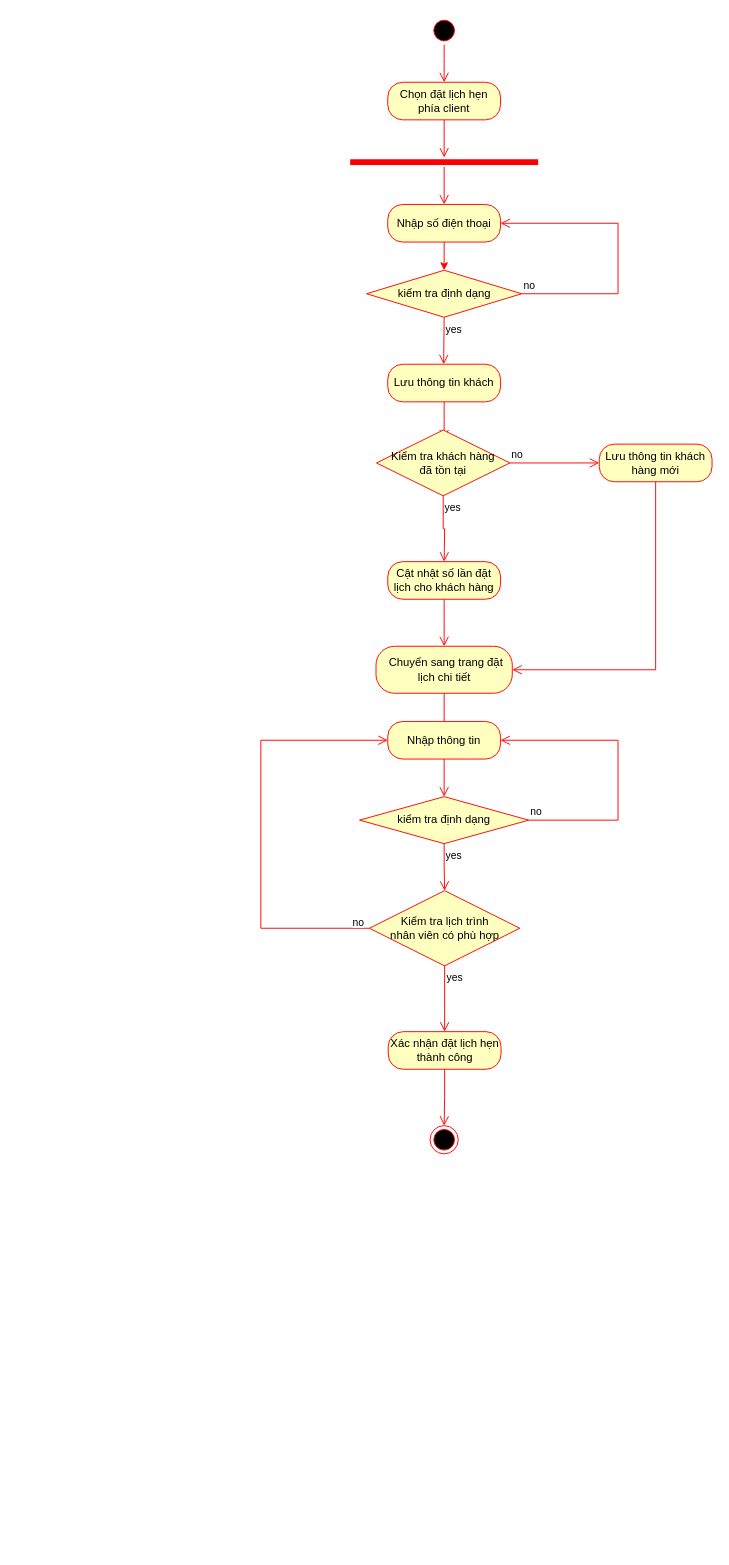
This is page "đặt lịch client" (2 of 8) of Diagram.drawio from Jarvis219/DATN_SERVER, a draw.io file, before an edit. Source tidied: cells renumbered, new cells numbered last; positions are measured from the earlier drawing's top-left corner, leaving out a move shared by most shapes. Both pictures are drawn from the tidied source at 94%, with x=0, y=0 at pixel (260, 16).
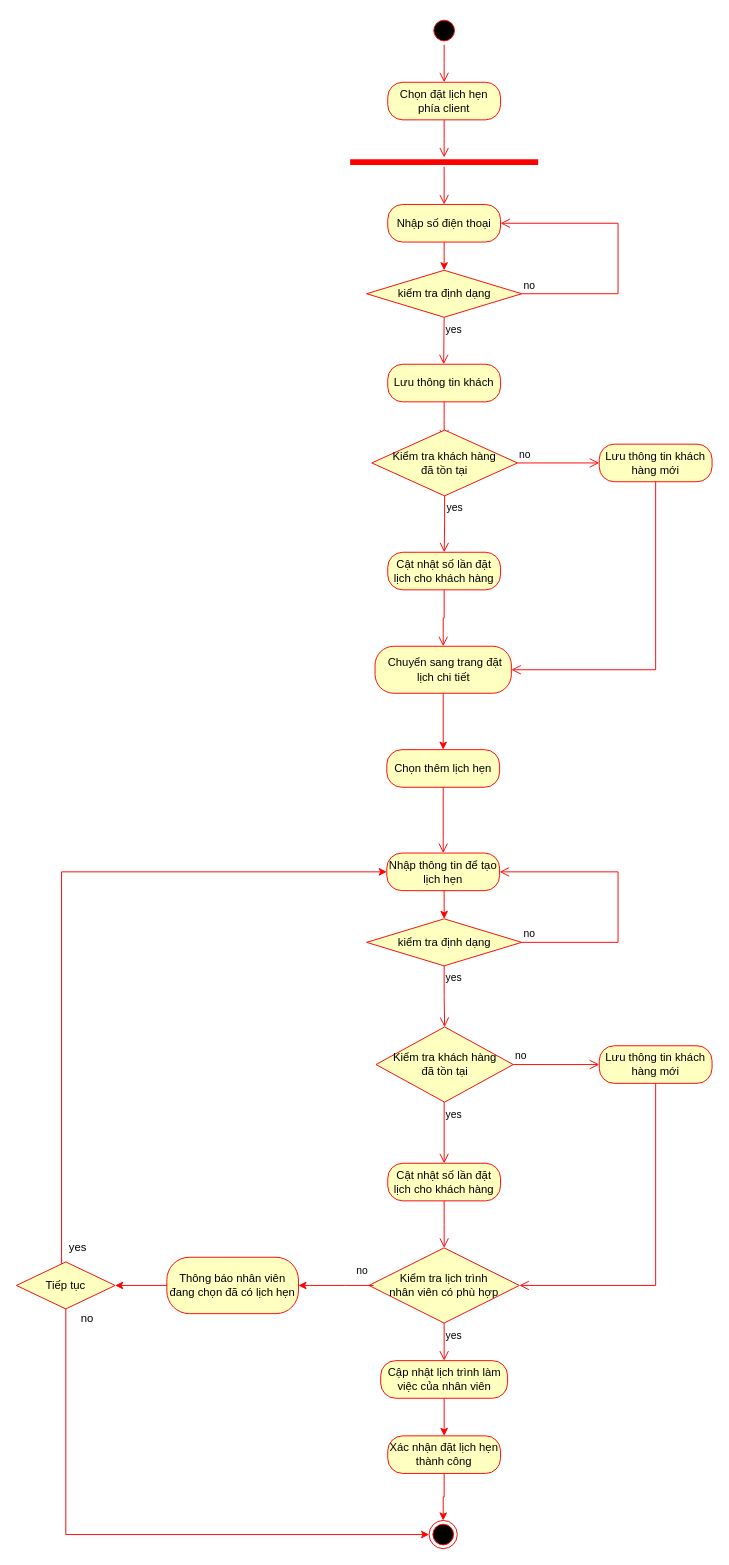
The same diagram, later.

Diff of the diagram source:
```diff
@@
+    <mxCell id="36" style="edgeStyle=orthogonalEdgeStyle;rounded=0;jettySize=auto;html=1;exitX=0.5;exitY=1;exitDx=0;exitDy=0;entryX=0.5;entryY=0;entryDx=0;entryDy=0;strokeColor=#FF0000;" parent="1" edge="1" source="13" target="50">
+      <mxGeometry relative="1" as="geometry" />
+    </mxCell>
     <mxCell id="13" value="&amp;nbsp;Chuyển sang trang đặt lịch chi tiết" style="rounded=1;whiteSpace=wrap;html=1;arcSize=40;fontColor=#000000;fillColor=#ffffc0;strokeColor=#ff0000;" parent="1" vertex="1">
-      <mxGeometry x="122.5" y="670" width="145" height="50" as="geometry" />
+      <mxGeometry x="121.5" y="670" width="145" height="50" as="geometry" />
     </mxCell>
-    <mxCell id="14" style="edgeStyle=orthogonalEdgeStyle;html=1;verticalAlign=bottom;endArrow=open;endSize=8;strokeColor=#ff0000;rounded=0;" parent="1" edge="1" source="13">
-      <mxGeometry relative="1" as="geometry">
-        <mxPoint x="195" y="780" as="targetPoint" />
-      </mxGeometry>
-    </mxCell>
-    <mxCell id="15" value="Nhập thông tin" style="rounded=1;whiteSpace=wrap;html=1;arcSize=40;fontColor=#000000;fillColor=#ffffc0;strokeColor=#ff0000;" parent="1" vertex="1">
-      <mxGeometry x="135" y="750" width="120" height="40" as="geometry" />
-    </mxCell>
-    <mxCell id="16" style="edgeStyle=orthogonalEdgeStyle;html=1;verticalAlign=bottom;endArrow=open;endSize=8;strokeColor=#ff0000;rounded=0;entryX=0.5;entryY=0;entryDx=0;entryDy=0;" parent="1" edge="1" source="15" target="17">
-      <mxGeometry relative="1" as="geometry" />
-    </mxCell>
-    <mxCell id="17" value="kiểm tra định dạng" style="rhombus;whiteSpace=wrap;html=1;fillColor=#ffffc0;strokeColor=#ff0000;" parent="1" vertex="1">
-      <mxGeometry x="105" y="830" width="180" height="50" as="geometry" />
-    </mxCell>
-    <mxCell id="18" value="no" style="edgeStyle=orthogonalEdgeStyle;html=1;align=left;verticalAlign=bottom;endArrow=open;endSize=8;strokeColor=#ff0000;rounded=0;entryX=1;entryY=0.5;entryDx=0;entryDy=0;" parent="1" edge="1" source="17" target="15">
-      <mxGeometry x="-1" relative="1" as="geometry">
-        <Array as="points">
-          <mxPoint x="380" y="855" />
-          <mxPoint x="380" y="770" />
-        </Array>
-      </mxGeometry>
-    </mxCell>
-    <mxCell id="19" value="yes" style="edgeStyle=orthogonalEdgeStyle;html=1;align=left;verticalAlign=top;endArrow=open;endSize=8;strokeColor=#ff0000;rounded=0;entryX=0.5;entryY=0;entryDx=0;entryDy=0;" parent="1" edge="1" source="17" target="32">
-      <mxGeometry x="-1" relative="1" as="geometry" />
-    </mxCell>
-    <mxCell id="20" value="Xác nhận đặt lịch hẹn thành công" style="rounded=1;whiteSpace=wrap;html=1;arcSize=40;fontColor=#000000;fillColor=#ffffc0;strokeColor=#ff0000;" parent="1" vertex="1">
-      <mxGeometry x="135.5" y="1080" width="120" height="40" as="geometry" />
-    </mxCell>
-    <mxCell id="21" style="edgeStyle=orthogonalEdgeStyle;html=1;verticalAlign=bottom;endArrow=open;endSize=8;strokeColor=#ff0000;rounded=0;entryX=0.5;entryY=0;entryDx=0;entryDy=0;exitX=0.5;exitY=1;exitDx=0;exitDy=0;" parent="1" edge="1" source="20" target="22">
-      <mxGeometry relative="1" as="geometry" />
-    </mxCell>
     <mxCell id="22" style="ellipse;html=1;shape=endState;fillColor=#000000;strokeColor=#ff0000;" parent="1" vertex="1">
-      <mxGeometry x="180" y="1180" width="30" height="30" as="geometry" />
+      <mxGeometry x="179" y="1600" width="30" height="30" as="geometry" />
     </mxCell>
@@
     <mxCell id="25" value="Kiểm tra khách hàng&lt;br&gt;đã tồn tại" style="rhombus;whiteSpace=wrap;html=1;fillColor=#ffffc0;strokeColor=#ff0000;" parent="1" vertex="1">
-      <mxGeometry x="123" y="440" width="142" height="70" as="geometry" />
+      <mxGeometry x="118" y="440" width="155" height="70" as="geometry" />
     </mxCell>
@@
-    <mxCell id="27" value="yes" style="edgeStyle=orthogonalEdgeStyle;html=1;align=left;verticalAlign=top;endArrow=open;endSize=8;strokeColor=#ff0000;rounded=0;" parent="1" edge="1" source="25">
-      <mxGeometry x="-1" relative="1" as="geometry">
-        <mxPoint x="195" y="580" as="targetPoint" />
-      </mxGeometry>
+    <mxCell id="27" value="yes" style="edgeStyle=orthogonalEdgeStyle;html=1;align=left;verticalAlign=top;endArrow=open;endSize=8;strokeColor=#ff0000;rounded=0;entryX=0.5;entryY=0;entryDx=0;entryDy=0;" parent="1" edge="1" source="25" target="30">
+      <mxGeometry x="-1" relative="1" as="geometry" />
     </mxCell>
@@
     <mxCell id="30" value="Cật nhật số lần đặt lịch cho khách hàng" style="rounded=1;whiteSpace=wrap;html=1;arcSize=40;fontColor=#000000;fillColor=#ffffc0;strokeColor=#ff0000;" parent="1" vertex="1">
-      <mxGeometry x="135" y="580" width="120" height="40" as="geometry" />
+      <mxGeometry x="135" y="570" width="120" height="40" as="geometry" />
     </mxCell>
-    <mxCell id="31" style="edgeStyle=orthogonalEdgeStyle;html=1;verticalAlign=bottom;endArrow=open;endSize=8;strokeColor=#ff0000;rounded=0;" parent="1" edge="1" source="30">
-      <mxGeometry relative="1" as="geometry">
-        <mxPoint x="195" y="670" as="targetPoint" />
-      </mxGeometry>
+    <mxCell id="31" style="edgeStyle=orthogonalEdgeStyle;html=1;verticalAlign=bottom;endArrow=open;endSize=8;strokeColor=#ff0000;rounded=0;entryX=0.5;entryY=0;entryDx=0;entryDy=0;" parent="1" edge="1" source="30" target="13">
+      <mxGeometry relative="1" as="geometry" />
     </mxCell>
+    <mxCell id="37" style="edgeStyle=orthogonalEdgeStyle;rounded=0;jettySize=auto;html=1;exitX=0.5;exitY=1;exitDx=0;exitDy=0;entryX=0.5;entryY=0;entryDx=0;entryDy=0;strokeColor=#FF0000;" parent="1" edge="1" source="38" target="17">
+      <mxGeometry relative="1" as="geometry" />
+    </mxCell>
+    <mxCell id="38" value="Nhập thông tin để tạo lịch hẹn" style="rounded=1;whiteSpace=wrap;html=1;arcSize=40;fontColor=#000000;fillColor=#ffffc0;strokeColor=#ff0000;" parent="1" vertex="1">
+      <mxGeometry x="134" y="890" width="120" height="40" as="geometry" />
+    </mxCell>
+    <mxCell id="17" value="kiểm tra định dạng" style="rhombus;whiteSpace=wrap;html=1;fillColor=#ffffc0;strokeColor=#ff0000;" parent="1" vertex="1">
+      <mxGeometry x="112.5" y="960" width="165" height="50" as="geometry" />
+    </mxCell>
+    <mxCell id="39" value="no" style="edgeStyle=orthogonalEdgeStyle;html=1;align=left;verticalAlign=bottom;endArrow=open;endSize=8;strokeColor=#ff0000;rounded=0;exitX=1;exitY=0.5;exitDx=0;exitDy=0;entryX=1;entryY=0.5;entryDx=0;entryDy=0;" parent="1" edge="1" source="17" target="38">
+      <mxGeometry x="-1" relative="1" as="geometry">
+        <Array as="points">
+          <mxPoint x="380" y="985" />
+          <mxPoint x="380" y="910" />
+        </Array>
+      </mxGeometry>
+    </mxCell>
+    <mxCell id="40" value="yes" style="edgeStyle=orthogonalEdgeStyle;html=1;align=left;verticalAlign=top;endArrow=open;endSize=8;strokeColor=#ff0000;rounded=0;exitX=0.5;exitY=1;exitDx=0;exitDy=0;entryX=0.5;entryY=0;entryDx=0;entryDy=0;" parent="1" edge="1" source="17" target="41">
+      <mxGeometry x="-1" relative="1" as="geometry" />
+    </mxCell>
+    <mxCell id="21" style="edgeStyle=orthogonalEdgeStyle;rounded=0;jettySize=auto;html=1;exitX=0.5;exitY=1;exitDx=0;exitDy=0;entryX=0.5;entryY=0;entryDx=0;entryDy=0;strokeColor=#FF0000;" parent="1" edge="1" source="20" target="22">
+      <mxGeometry relative="1" as="geometry" />
+    </mxCell>
+    <mxCell id="20" value="Xác nhận đặt lịch hẹn thành công" style="rounded=1;whiteSpace=wrap;html=1;arcSize=40;fontColor=#000000;fillColor=#ffffc0;strokeColor=#ff0000;" parent="1" vertex="1">
+      <mxGeometry x="135" y="1510" width="120" height="40" as="geometry" />
+    </mxCell>
+    <mxCell id="41" value="Kiểm tra khách hàng&lt;br&gt;đã tồn tại" style="rhombus;whiteSpace=wrap;html=1;fillColor=#ffffc0;strokeColor=#ff0000;" parent="1" vertex="1">
+      <mxGeometry x="122.5" y="1075" width="146" height="80" as="geometry" />
+    </mxCell>
+    <mxCell id="42" value="no" style="edgeStyle=orthogonalEdgeStyle;html=1;align=left;verticalAlign=bottom;endArrow=open;endSize=8;strokeColor=#ff0000;rounded=0;entryX=0;entryY=0.5;entryDx=0;entryDy=0;" parent="1" edge="1" source="41" target="44">
+      <mxGeometry x="-1" relative="1" as="geometry" />
+    </mxCell>
+    <mxCell id="43" value="yes" style="edgeStyle=orthogonalEdgeStyle;html=1;align=left;verticalAlign=top;endArrow=open;endSize=8;strokeColor=#ff0000;rounded=0;" parent="1" edge="1" source="41">
+      <mxGeometry x="-1" relative="1" as="geometry">
+        <mxPoint x="195" y="1220" as="targetPoint" />
+      </mxGeometry>
+    </mxCell>
+    <mxCell id="44" value="Lưu thông tin khách hàng mới" style="rounded=1;whiteSpace=wrap;html=1;arcSize=40;fontColor=#000000;fillColor=#ffffc0;strokeColor=#ff0000;" parent="1" vertex="1">
+      <mxGeometry x="360" y="1095" width="120" height="40" as="geometry" />
+    </mxCell>
+    <mxCell id="45" style="edgeStyle=orthogonalEdgeStyle;html=1;verticalAlign=bottom;endArrow=open;endSize=8;strokeColor=#ff0000;rounded=0;entryX=1;entryY=0.5;entryDx=0;entryDy=0;" parent="1" edge="1" source="44" target="32">
+      <mxGeometry relative="1" as="geometry">
+        <Array as="points">
+          <mxPoint x="420" y="1350" />
+        </Array>
+      </mxGeometry>
+    </mxCell>
+    <mxCell id="46" value="Cật nhật số lần đặt lịch cho khách hàng" style="rounded=1;whiteSpace=wrap;html=1;arcSize=40;fontColor=#000000;fillColor=#ffffc0;strokeColor=#ff0000;" parent="1" vertex="1">
+      <mxGeometry x="135" y="1220" width="120" height="40" as="geometry" />
+    </mxCell>
+    <mxCell id="47" style="edgeStyle=orthogonalEdgeStyle;html=1;verticalAlign=bottom;endArrow=open;endSize=8;strokeColor=#ff0000;rounded=0;" parent="1" edge="1" source="46">
+      <mxGeometry relative="1" as="geometry">
+        <mxPoint x="195" y="1310" as="targetPoint" />
+      </mxGeometry>
+    </mxCell>
     <mxCell id="32" value="Kiểm tra lịch trình &lt;br&gt;nhân viên có phù hợp" style="rhombus;whiteSpace=wrap;html=1;fillColor=#ffffc0;strokeColor=#ff0000;" parent="1" vertex="1">
-      <mxGeometry x="115.5" y="930" width="160" height="80" as="geometry" />
+      <mxGeometry x="115" y="1310" width="160" height="80" as="geometry" />
     </mxCell>
-    <mxCell id="33" style="edgeStyle=orthogonalEdgeStyle;html=1;align=left;verticalAlign=bottom;endArrow=open;endSize=8;strokeColor=#ff0000;rounded=0;exitX=0;exitY=0.5;exitDx=0;exitDy=0;entryX=0;entryY=0.5;entryDx=0;entryDy=0;" parent="1" edge="1" source="32" target="15">
-      <mxGeometry x="-1" y="-166" relative="1" as="geometry">
-        <Array as="points">
-          <mxPoint y="970" />
-          <mxPoint y="770" />
-        </Array>
-        <mxPoint x="-166" y="-166" as="offset" />
-      </mxGeometry>
-    </mxCell>
-    <mxCell id="34" value="yes" style="edgeStyle=orthogonalEdgeStyle;html=1;align=left;verticalAlign=top;endArrow=open;endSize=8;strokeColor=#ff0000;rounded=0;entryX=0.5;entryY=0;entryDx=0;entryDy=0;" parent="1" edge="1" source="32" target="20">
-      <mxGeometry x="-1" relative="1" as="geometry" />
-    </mxCell>
+    <mxCell id="48" value="yes" style="edgeStyle=orthogonalEdgeStyle;html=1;align=left;verticalAlign=top;endArrow=open;endSize=8;strokeColor=#ff0000;rounded=0;entryX=0.5;entryY=0;entryDx=0;entryDy=0;" parent="1" edge="1" source="32" target="58">
+      <mxGeometry x="-1" relative="1" as="geometry" />
+    </mxCell>
+    <mxCell id="49" style="edgeStyle=orthogonalEdgeStyle;rounded=0;jettySize=auto;html=1;exitX=0.5;exitY=1;exitDx=0;exitDy=0;entryX=1;entryY=0.5;entryDx=0;entryDy=0;strokeColor=#FF0000;" parent="1" edge="1" source="35" target="53">
+      <mxGeometry relative="1" as="geometry">
+        <Array as="points">
+          <mxPoint x="90" y="1350" />
+          <mxPoint x="90" y="1350" />
+        </Array>
+      </mxGeometry>
+    </mxCell>
     <mxCell id="35" value="&lt;span style=&quot;color: rgb(0, 0, 0); font-family: helvetica; font-size: 11px; font-style: normal; font-weight: 400; letter-spacing: normal; text-align: left; text-indent: 0px; text-transform: none; word-spacing: 0px; background-color: rgb(255, 255, 255); display: inline; float: none;&quot;&gt;no&lt;/span&gt;" style="text;whiteSpace=wrap;html=1;" parent="1" vertex="1">
-      <mxGeometry x="95.5" y="950" width="40" height="30" as="geometry" />
+      <mxGeometry x="100" y="1320" width="40" height="30" as="geometry" />
     </mxCell>
+    <mxCell id="50" value="Chọn thêm lịch hẹn" style="rounded=1;whiteSpace=wrap;html=1;arcSize=40;fontColor=#000000;fillColor=#ffffc0;strokeColor=#ff0000;" parent="1" vertex="1">
+      <mxGeometry x="134" y="780" width="120" height="40" as="geometry" />
+    </mxCell>
+    <mxCell id="51" style="edgeStyle=orthogonalEdgeStyle;html=1;verticalAlign=bottom;endArrow=open;endSize=8;strokeColor=#ff0000;rounded=0;entryX=0.5;entryY=0;entryDx=0;entryDy=0;" parent="1" edge="1" source="50" target="38">
+      <mxGeometry relative="1" as="geometry" />
+    </mxCell>
+    <mxCell id="52" style="edgeStyle=orthogonalEdgeStyle;rounded=0;jettySize=auto;html=1;exitX=0;exitY=0.5;exitDx=0;exitDy=0;strokeColor=#FF0000;entryX=1;entryY=0.5;entryDx=0;entryDy=0;" parent="1" edge="1" source="53" target="56">
+      <mxGeometry relative="1" as="geometry" />
+    </mxCell>
+    <mxCell id="53" value="Thông báo nhân viên đang chọn đã có lịch hẹn" style="rounded=1;whiteSpace=wrap;html=1;arcSize=40;fontColor=#000000;fillColor=#ffffc0;strokeColor=#ff0000;" parent="1" vertex="1">
+      <mxGeometry x="-100" y="1320" width="140" height="60" as="geometry" />
+    </mxCell>
+    <mxCell id="54" style="edgeStyle=orthogonalEdgeStyle;rounded=0;jettySize=auto;html=1;entryX=0;entryY=0.5;entryDx=0;entryDy=0;strokeColor=#FF0000;" parent="1" edge="1" source="56" target="38">
+      <mxGeometry relative="1" as="geometry">
+        <Array as="points">
+          <mxPoint x="-212" y="910" />
+        </Array>
+      </mxGeometry>
+    </mxCell>
+    <mxCell id="55" style="edgeStyle=orthogonalEdgeStyle;rounded=0;jettySize=auto;html=1;exitX=0.5;exitY=1;exitDx=0;exitDy=0;entryX=0;entryY=0.5;entryDx=0;entryDy=0;strokeColor=#FF0000;" parent="1" edge="1" source="56" target="22">
+      <mxGeometry relative="1" as="geometry" />
+    </mxCell>
+    <mxCell id="56" value="Tiếp tục" style="rhombus;whiteSpace=wrap;html=1;fillColor=#ffffc0;strokeColor=#ff0000;" parent="1" vertex="1">
+      <mxGeometry x="-260" y="1325" width="105" height="50" as="geometry" />
+    </mxCell>
+    <mxCell id="57" style="edgeStyle=orthogonalEdgeStyle;rounded=0;jettySize=auto;html=1;exitX=0.5;exitY=1;exitDx=0;exitDy=0;entryX=0.5;entryY=0;entryDx=0;entryDy=0;strokeColor=#FF0000;" parent="1" edge="1" source="58" target="20">
+      <mxGeometry relative="1" as="geometry" />
+    </mxCell>
+    <mxCell id="58" value="Cập nhật lịch trình làm việc của nhân viên" style="rounded=1;whiteSpace=wrap;html=1;arcSize=40;fontColor=#000000;fillColor=#ffffc0;strokeColor=#ff0000;" parent="1" vertex="1">
+      <mxGeometry x="127.5" y="1430" width="135" height="40" as="geometry" />
+    </mxCell>
+    <mxCell id="59" value="no" style="text;html=1;align=center;verticalAlign=middle;strokeColor=none;fillColor=none;" parent="1" vertex="1">
+      <mxGeometry x="-200" y="1375" width="30" height="20" as="geometry" />
+    </mxCell>
+    <mxCell id="60" value="yes" style="text;html=1;align=center;verticalAlign=middle;strokeColor=none;fillColor=none;" parent="1" vertex="1">
+      <mxGeometry x="-210" y="1300" width="30" height="20" as="geometry" />
+    </mxCell>
```
